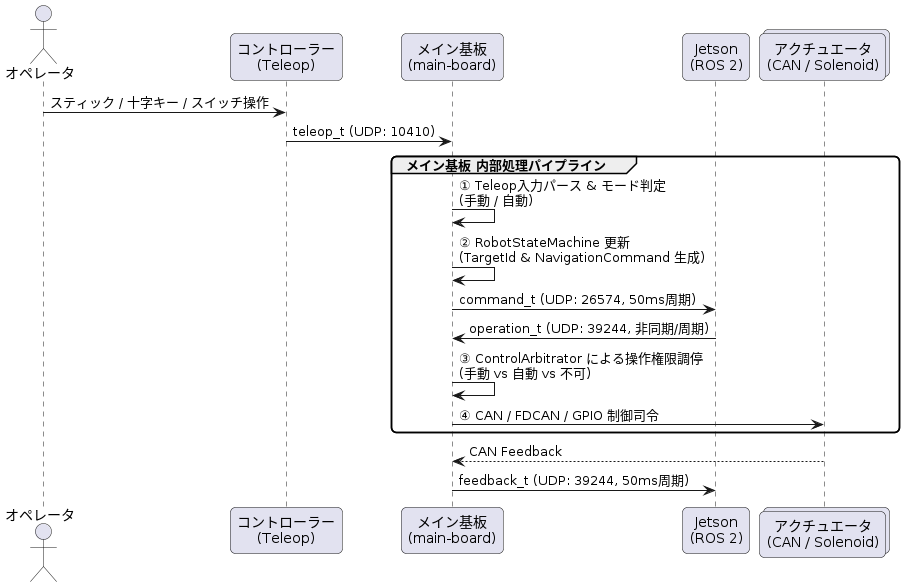
Before: docs/uml/system_data_flow.png, a diagram exported from PlantUML (tmcit-ararobo-2026a/gn10-mainboard).
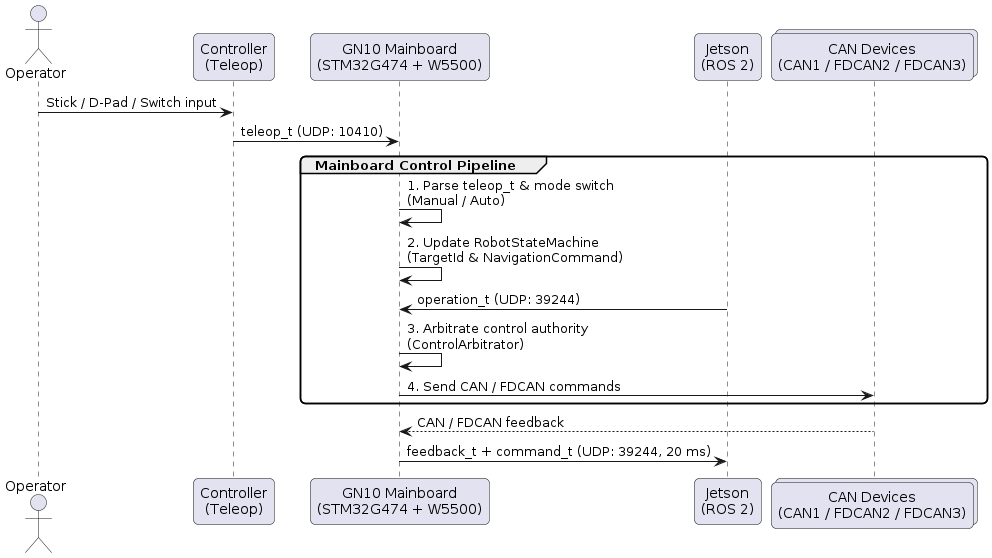
After the commit.

The edit, as a diff of the source:
```diff
@@ -3,24 +3,23 @@
 skinparam roundcorner 10
 skinparam defaultFontName SansSerif
 
-actor "オペレータ" as Pilot
-participant "コントローラー\n(Teleop)" as Teleop
-participant "メイン基板\n(main-board)" as MainBoard
+actor "Operator" as Pilot
+participant "Controller\n(Teleop)" as Teleop
+participant "GN10 Mainboard\n(STM32G474 + W5500)" as MainBoard
 participant "Jetson\n(ROS 2)" as Jetson
-collections "アクチュエータ\n(CAN / Solenoid)" as Actuators
+collections "CAN Devices\n(CAN1 / FDCAN2 / FDCAN3)" as Actuators
 
-Pilot -> Teleop : スティック / 十字キー / スイッチ操作
+Pilot -> Teleop : Stick / D-Pad / Switch input
 Teleop -> MainBoard : teleop_t (UDP: 10410)
 
-group メイン基板 内部処理パイプライン
-    MainBoard -> MainBoard : ① Teleop入力パース & モード判定\n(手動 / 自動)
-    MainBoard -> MainBoard : ② RobotStateMachine 更新\n(TargetId & NavigationCommand 生成)
-    MainBoard -> Jetson : command_t (UDP: 26574, 50ms周期)
-    Jetson -> MainBoard : operation_t (UDP: 39244, 非同期/周期)
-    MainBoard -> MainBoard : ③ ControlArbitrator による操作権限調停\n(手動 vs 自動 vs 不可)
-    MainBoard -> Actuators : ④ CAN / FDCAN / GPIO 制御司令
+group Mainboard Control Pipeline
+    MainBoard -> MainBoard : 1. Parse teleop_t & mode switch\n(Manual / Auto)
+    MainBoard -> MainBoard : 2. Update RobotStateMachine\n(TargetId & NavigationCommand)
+    Jetson -> MainBoard : operation_t (UDP: 39244)
+    MainBoard -> MainBoard : 3. Arbitrate control authority\n(ControlArbitrator)
+    MainBoard -> Actuators : 4. Send CAN / FDCAN commands
 end
 
-Actuators --> MainBoard : CAN Feedback
-MainBoard -> Jetson : feedback_t (UDP: 39244, 50ms周期)
+Actuators --> MainBoard : CAN / FDCAN feedback
+MainBoard -> Jetson : feedback_t + command_t (UDP: 39244, 20 ms)
 @enduml
```
